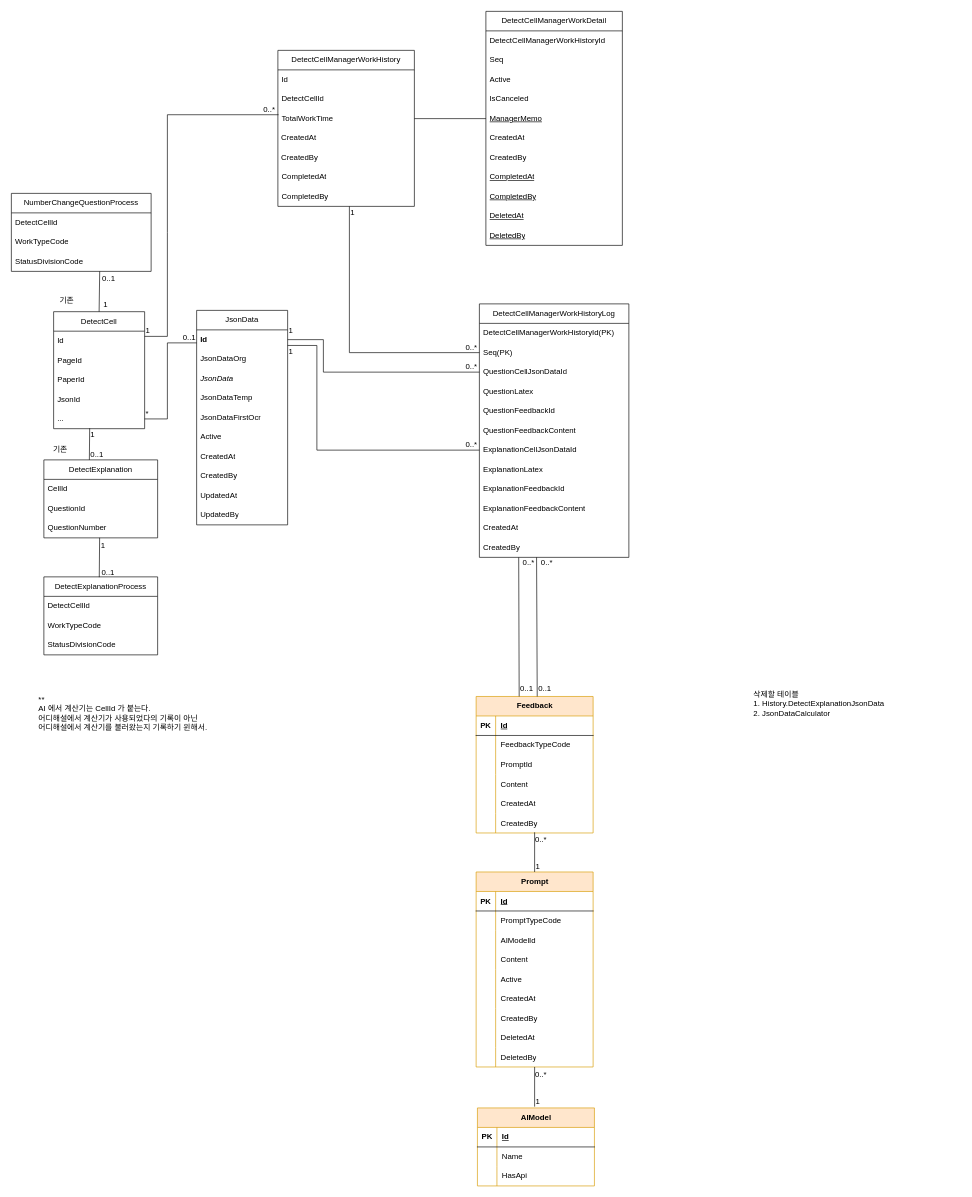
Earlier version of the draw.io diagram 해설계산기.drawio (hyeonzx/Explanation_Calculator). Source tidied: cells renumbered, new cells numbered last; positions are measured from the earlier drawing's top-left corner, leaving out a move shared by most shapes. Both pictures are drawn from the tidied source at 65%, with x=0, y=0 at pixel (11, 11).
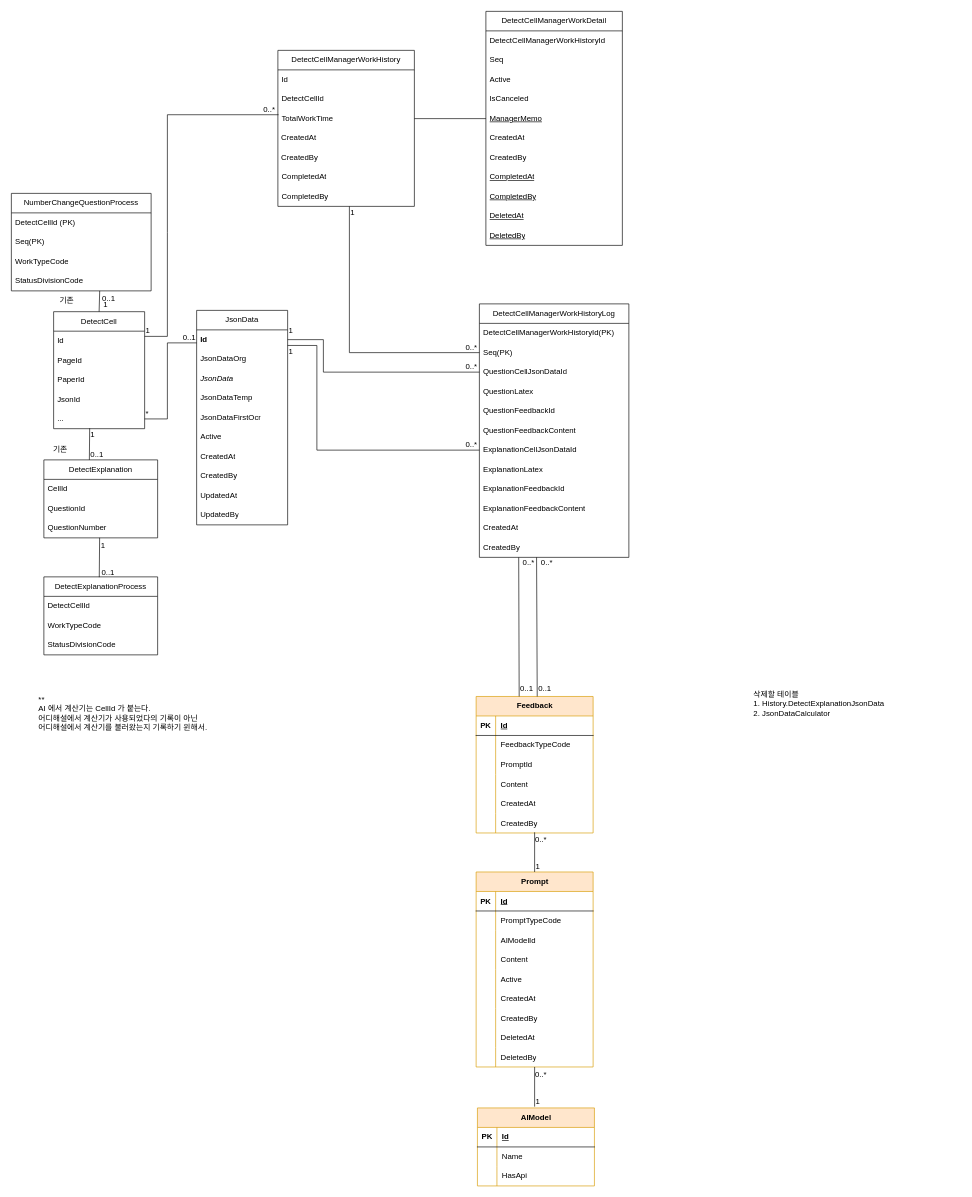
After the change.

Commit message:
해설계산기.drawio 업데이트

The edit, as a diff of the source:
```diff
@@
     <mxCell id="155" value="NumberChangeQuestionProcess" style="swimlane;fontStyle=0;horizontal=1;startSize=30;whiteSpace=wrap;html=1;" parent="1" vertex="1">
-      <mxGeometry y="280" width="215" height="120" as="geometry" />
+      <mxGeometry y="280" width="215" height="150" as="geometry" />
     </mxCell>
+    <mxCell id="162" value="DetectCellId (PK)" style="text;strokeColor=none;fillColor=none;align=left;verticalAlign=middle;spacingLeft=4;spacingRight=4;overflow=hidden;whiteSpace=wrap;html=1;" parent="155" vertex="1">
+      <mxGeometry y="30" width="215" height="30" as="geometry" />
+    </mxCell>
-    <mxCell id="156" value="DetectCellId" style="text;strokeColor=none;fillColor=none;align=left;verticalAlign=middle;spacingLeft=4;spacingRight=4;overflow=hidden;whiteSpace=wrap;html=1;" parent="155" vertex="1">
-      <mxGeometry y="30" width="215" height="30" as="geometry" />
+    <mxCell id="156" value="Seq(PK)" style="text;strokeColor=none;fillColor=none;align=left;verticalAlign=middle;spacingLeft=4;spacingRight=4;overflow=hidden;whiteSpace=wrap;html=1;" parent="155" vertex="1">
+      <mxGeometry y="60" width="215" height="30" as="geometry" />
     </mxCell>
     <mxCell id="157" value="WorkTypeCode" style="text;strokeColor=none;fillColor=none;align=left;verticalAlign=middle;spacingLeft=4;spacingRight=4;overflow=hidden;whiteSpace=wrap;html=1;" parent="155" vertex="1">
-      <mxGeometry y="60" width="215" height="30" as="geometry" />
+      <mxGeometry y="90" width="215" height="30" as="geometry" />
     </mxCell>
     <mxCell id="158" value="StatusDivisionCode" style="text;strokeColor=none;fillColor=none;align=left;verticalAlign=middle;spacingLeft=4;spacingRight=4;overflow=hidden;points=[[0,0.5],[1,0.5]];portConstraint=eastwest;whiteSpace=wrap;html=1;" parent="155" vertex="1">
-      <mxGeometry y="90" width="215" height="30" as="geometry" />
+      <mxGeometry y="120" width="215" height="30" as="geometry" />
     </mxCell>
```
